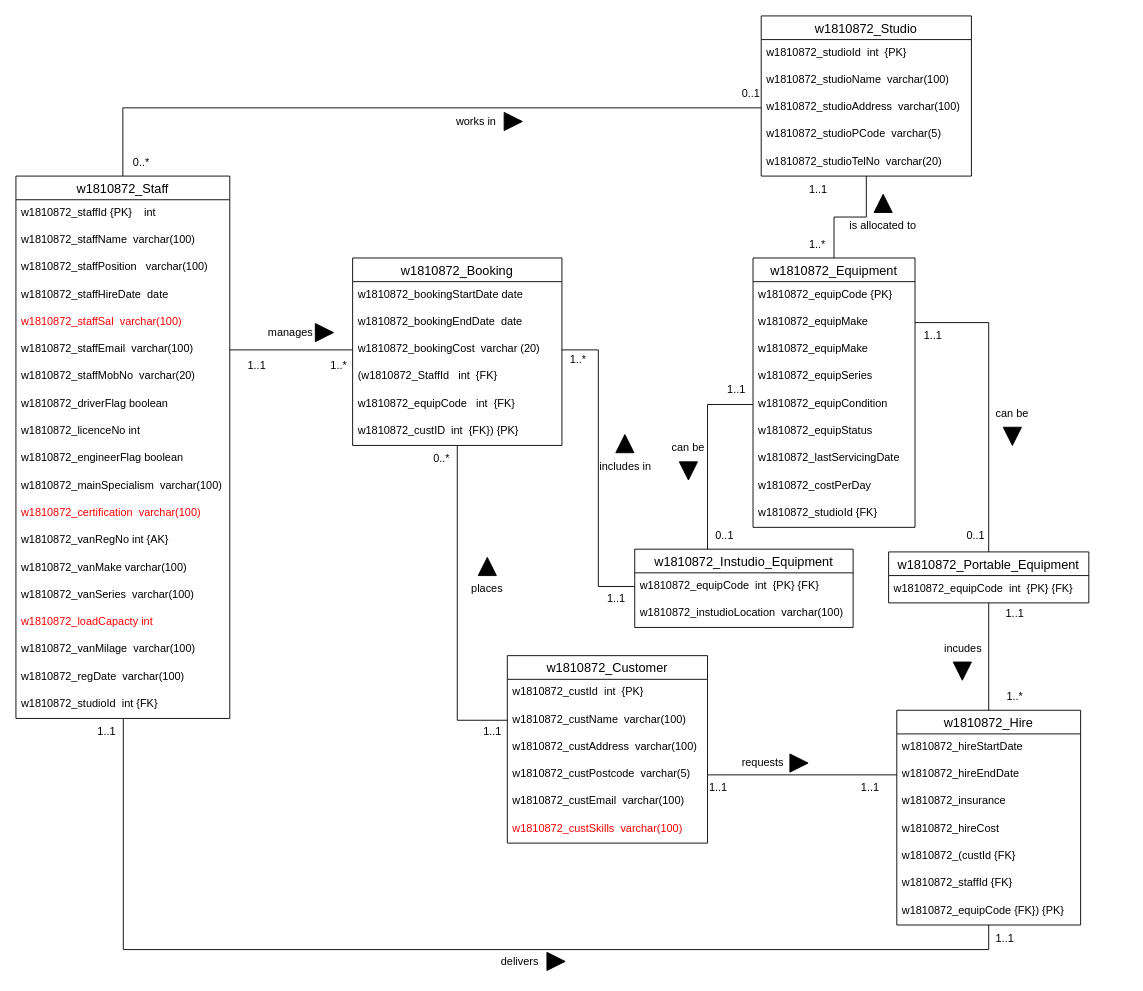
The draw.io diagram Part B/Part_B.drawio in ChitharaKarunasekera/DatabaseSystemsCoursework, before the edit. Source tidied: cells renumbered, new cells numbered last; positions are measured from the earlier drawing's top-left corner, leaving out a move shared by most shapes. Both pictures are drawn from the tidied source at 91%, with x=0, y=0 at pixel (15, 15).
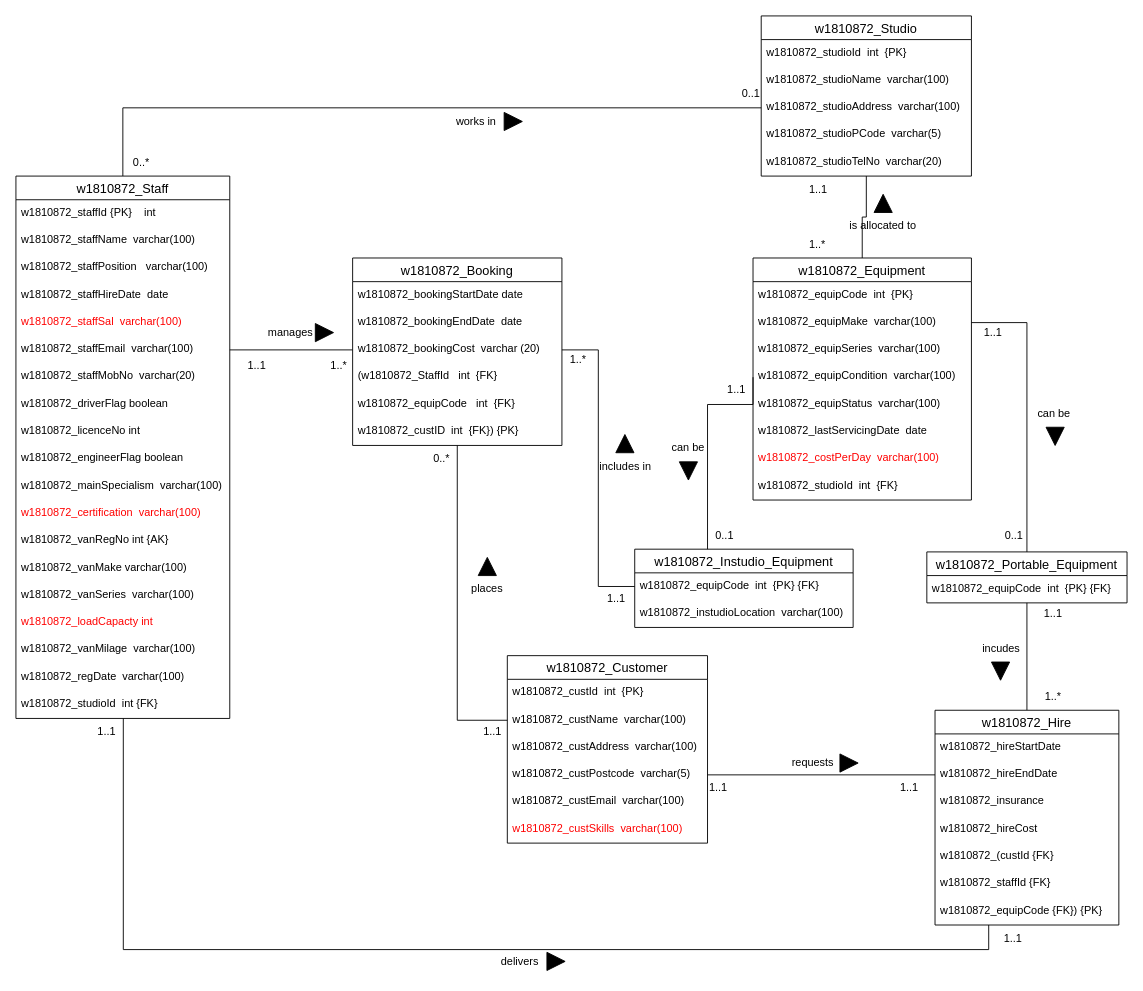
Above is the later version.

The edit, as a diff of the source:
```diff
@@
     <mxCell id="24" value="w1810872_Equipment" style="swimlane;fontStyle=0;horizontal=1;startSize=26;align=center;fontSize=14;fontColor=#000000;" parent="1" vertex="1">
-      <mxGeometry x="810" y="266" width="178" height="296" as="geometry" />
+      <mxGeometry x="810" y="266" width="240" height="266" as="geometry" />
     </mxCell>
-    <mxCell id="25" value="w1810872_equipCode {PK}" style="text;strokeColor=none;fillColor=none;spacingLeft=4;spacingRight=4;overflow=hidden;fontSize=12;fontColor=#000000;" parent="24" vertex="1">
-      <mxGeometry y="26" width="178" height="30" as="geometry" />
+    <mxCell id="25" value="w1810872_equipCode  int  {PK}" style="text;strokeColor=none;fillColor=none;spacingLeft=4;spacingRight=4;overflow=hidden;fontSize=12;fontColor=#000000;" parent="24" vertex="1">
+      <mxGeometry y="26" width="240" height="30" as="geometry" />
     </mxCell>
-    <mxCell id="26" value="w1810872_equipMake" style="text;strokeColor=none;fillColor=none;spacingLeft=4;spacingRight=4;overflow=hidden;points=[[0,0.5],[1,0.5]];portConstraint=eastwest;fontSize=12;fontColor=#000000;" parent="24" vertex="1">
-      <mxGeometry y="56" width="178" height="30" as="geometry" />
+    <mxCell id="26" value="w1810872_equipMake  varchar(100)" style="text;strokeColor=none;fillColor=none;spacingLeft=4;spacingRight=4;overflow=hidden;points=[[0,0.5],[1,0.5]];portConstraint=eastwest;fontSize=12;fontColor=#000000;" parent="24" vertex="1">
+      <mxGeometry y="56" width="240" height="30" as="geometry" />
     </mxCell>
-    <mxCell id="27" value="w1810872_equipMake" style="text;strokeColor=none;fillColor=none;spacingLeft=4;spacingRight=4;overflow=hidden;fontSize=12;fontColor=#000000;" parent="24" vertex="1">
-      <mxGeometry y="86" width="178" height="30" as="geometry" />
-    </mxCell>
-    <mxCell id="28" value="w1810872_equipSeries " style="text;strokeColor=none;fillColor=none;spacingLeft=4;spacingRight=4;overflow=hidden;fontSize=12;fontColor=#000000;" parent="24" vertex="1">
-      <mxGeometry y="116" width="178" height="30" as="geometry" />
+    <mxCell id="28" value="w1810872_equipSeries  varchar(100)" style="text;strokeColor=none;fillColor=none;spacingLeft=4;spacingRight=4;overflow=hidden;fontSize=12;fontColor=#000000;" parent="24" vertex="1">
+      <mxGeometry y="86" width="240" height="30" as="geometry" />
     </mxCell>
-    <mxCell id="29" value="w1810872_equipCondition" style="text;strokeColor=none;fillColor=none;spacingLeft=4;spacingRight=4;overflow=hidden;points=[[0,0.5],[1,0.5]];portConstraint=eastwest;fontSize=12;fontColor=#000000;" parent="24" vertex="1">
-      <mxGeometry y="146" width="178" height="30" as="geometry" />
+    <mxCell id="29" value="w1810872_equipCondition  varchar(100)" style="text;strokeColor=none;fillColor=none;spacingLeft=4;spacingRight=4;overflow=hidden;points=[[0,0.5],[1,0.5]];portConstraint=eastwest;fontSize=12;fontColor=#000000;" parent="24" vertex="1">
+      <mxGeometry y="116" width="240" height="30" as="geometry" />
     </mxCell>
-    <mxCell id="30" value="w1810872_equipStatus" style="text;strokeColor=none;fillColor=none;spacingLeft=4;spacingRight=4;overflow=hidden;fontSize=12;fontColor=#000000;" parent="24" vertex="1">
-      <mxGeometry y="176" width="178" height="30" as="geometry" />
+    <mxCell id="30" value="w1810872_equipStatus  varchar(100)" style="text;strokeColor=none;fillColor=none;spacingLeft=4;spacingRight=4;overflow=hidden;fontSize=12;fontColor=#000000;" parent="24" vertex="1">
+      <mxGeometry y="146" width="240" height="30" as="geometry" />
     </mxCell>
-    <mxCell id="31" value="w1810872_lastServicingDate" style="text;strokeColor=none;fillColor=none;spacingLeft=4;spacingRight=4;overflow=hidden;fontSize=12;fontColor=#000000;" parent="24" vertex="1">
-      <mxGeometry y="206" width="178" height="30" as="geometry" />
+    <mxCell id="31" value="w1810872_lastServicingDate  date" style="text;strokeColor=none;fillColor=none;spacingLeft=4;spacingRight=4;overflow=hidden;fontSize=12;fontColor=#000000;" parent="24" vertex="1">
+      <mxGeometry y="176" width="240" height="30" as="geometry" />
     </mxCell>
-    <mxCell id="32" value="w1810872_costPerDay" style="text;strokeColor=none;fillColor=none;spacingLeft=4;spacingRight=4;overflow=hidden;fontSize=12;fontColor=#000000;" parent="24" vertex="1">
-      <mxGeometry y="236" width="178" height="30" as="geometry" />
+    <mxCell id="32" value="w1810872_costPerDay  varchar(100)" style="text;strokeColor=none;fillColor=none;spacingLeft=4;spacingRight=4;overflow=hidden;fontSize=12;fontColor=#FF0000;" parent="24" vertex="1">
+      <mxGeometry y="206" width="240" height="30" as="geometry" />
     </mxCell>
-    <mxCell id="33" value="w1810872_studioId {FK}" style="text;strokeColor=none;fillColor=none;spacingLeft=4;spacingRight=4;overflow=hidden;fontSize=12;fontColor=#000000;" parent="24" vertex="1">
-      <mxGeometry y="266" width="178" height="30" as="geometry" />
+    <mxCell id="33" value="w1810872_studioId  int  {FK}" style="text;strokeColor=none;fillColor=none;spacingLeft=4;spacingRight=4;overflow=hidden;fontSize=12;fontColor=#000000;" parent="24" vertex="1">
+      <mxGeometry y="236" width="240" height="30" as="geometry" />
     </mxCell>
@@
     <mxCell id="38" value="w1810872_Portable_Equipment" style="swimlane;fontStyle=0;horizontal=1;startSize=26;align=center;fontSize=14;fontColor=#000000;" parent="1" vertex="1">
-      <mxGeometry x="959" y="589" width="220" height="56" as="geometry" />
+      <mxGeometry x="1001" y="589" width="220" height="56" as="geometry" />
     </mxCell>
@@
     <mxCell id="45" value="1..1" style="text;html=1;strokeColor=none;fillColor=none;align=center;verticalAlign=middle;whiteSpace=wrap;rounded=0;fontColor=#000000;" parent="1" vertex="1">
-      <mxGeometry x="978" y="336" width="60" height="30" as="geometry" />
+      <mxGeometry x="1044" y="333" width="60" height="30" as="geometry" />
     </mxCell>
@@
     <mxCell id="47" value="0..1" style="text;html=1;strokeColor=none;fillColor=none;align=center;verticalAlign=middle;whiteSpace=wrap;rounded=0;fontColor=#000000;" parent="1" vertex="1">
-      <mxGeometry x="1025" y="556" width="60" height="30" as="geometry" />
+      <mxGeometry x="1067" y="556" width="60" height="30" as="geometry" />
     </mxCell>
     <mxCell id="48" value="can be" style="text;html=1;strokeColor=none;fillColor=none;align=center;verticalAlign=middle;whiteSpace=wrap;rounded=0;fontColor=#000000;" parent="1" vertex="1">
-      <mxGeometry x="1065" y="422" width="60" height="30" as="geometry" />
+      <mxGeometry x="1111" y="422" width="60" height="30" as="geometry" />
     </mxCell>
     <mxCell id="49" style="triangle;whiteSpace=wrap;html=1;fontColor=#000000;direction=south;fillColor=#000000;" parent="1" vertex="1">
-      <mxGeometry x="1085" y="452" width="20" height="20" as="geometry" />
+      <mxGeometry x="1132" y="452" width="20" height="20" as="geometry" />
     </mxCell>
@@
     <mxCell id="78" value="w1810872_Hire" style="swimlane;fontStyle=0;horizontal=1;startSize=26;align=center;fontSize=14;fontColor=#000000;" parent="1" vertex="1">
-      <mxGeometry x="968" y="763" width="202" height="236" as="geometry" />
+      <mxGeometry x="1010" y="763" width="202" height="236" as="geometry" />
     </mxCell>
@@
     <mxCell id="87" value="1..1" style="text;html=1;strokeColor=none;fillColor=none;align=center;verticalAlign=middle;whiteSpace=wrap;rounded=0;fontColor=#000000;" parent="1" vertex="1">
-      <mxGeometry x="909" y="833" width="60" height="30" as="geometry" />
+      <mxGeometry x="952" y="833" width="60" height="30" as="geometry" />
     </mxCell>
     <mxCell id="88" value="1..*" style="text;html=1;strokeColor=none;fillColor=none;align=center;verticalAlign=middle;whiteSpace=wrap;rounded=0;" parent="1" vertex="1">
-      <mxGeometry x="1068" y="733" width="60" height="30" as="geometry" />
+      <mxGeometry x="1110" y="733" width="60" height="30" as="geometry" />
     </mxCell>
     <mxCell id="89" value="1..1" style="text;html=1;strokeColor=none;fillColor=none;align=center;verticalAlign=middle;whiteSpace=wrap;rounded=0;fontColor=#000000;" parent="1" vertex="1">
-      <mxGeometry x="1057" y="999" width="60" height="30" as="geometry" />
+      <mxGeometry x="1066" y="999" width="60" height="30" as="geometry" />
     </mxCell>
@@
     <mxCell id="92" value="1..1" style="text;html=1;strokeColor=none;fillColor=none;align=center;verticalAlign=middle;whiteSpace=wrap;rounded=0;fontColor=#000000;" parent="1" vertex="1">
-      <mxGeometry x="1068" y="642" width="60" height="30" as="geometry" />
+      <mxGeometry x="1110" y="642" width="60" height="30" as="geometry" />
     </mxCell>
@@
     <mxCell id="95" value="requests" style="text;html=1;strokeColor=none;fillColor=none;align=center;verticalAlign=middle;whiteSpace=wrap;rounded=0;" parent="1" vertex="1">
-      <mxGeometry x="788" y="806" width="65.5" height="30" as="geometry" />
+      <mxGeometry x="843" y="806" width="65.5" height="30" as="geometry" />
     </mxCell>
     <mxCell id="96" style="triangle;whiteSpace=wrap;html=1;fontColor=#000000;direction=east;fillColor=#000000;" parent="1" vertex="1">
-      <mxGeometry x="850.5" y="811" width="20" height="20" as="geometry" />
+      <mxGeometry x="905.5" y="811" width="20" height="20" as="geometry" />
     </mxCell>
     <mxCell id="97" value="incudes" style="text;html=1;strokeColor=none;fillColor=none;align=center;verticalAlign=middle;whiteSpace=wrap;rounded=0;fontColor=#000000;" parent="1" vertex="1">
-      <mxGeometry x="1011" y="680" width="60" height="30" as="geometry" />
+      <mxGeometry x="1053" y="680" width="60" height="30" as="geometry" />
     </mxCell>
     <mxCell id="98" style="triangle;whiteSpace=wrap;html=1;fontColor=#000000;direction=south;fillColor=#000000;" parent="1" vertex="1">
-      <mxGeometry x="1030" y="710" width="20" height="20" as="geometry" />
+      <mxGeometry x="1072" y="710" width="20" height="20" as="geometry" />
     </mxCell>
```
